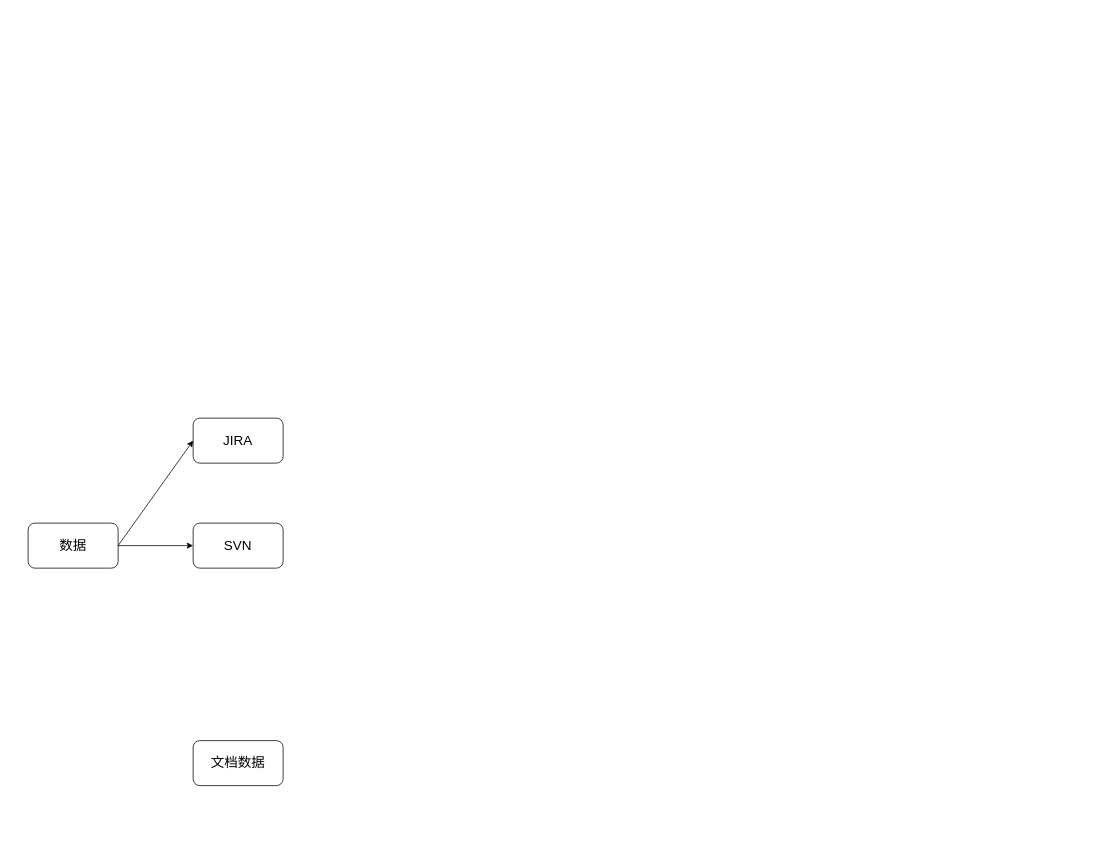
fydgmy/jubilant-potato keeps this draw.io diagram as page "第 7 页" (7 of 7) of 航电专利1.drawio. Above is the earlier version. Source tidied: cells renumbered, new cells numbered last; positions are measured from the earlier drawing's top-left corner, leaving out a move shared by most shapes. Both pictures are drawn from the tidied source at 75%, with x=0, y=0 at pixel (28, 418).
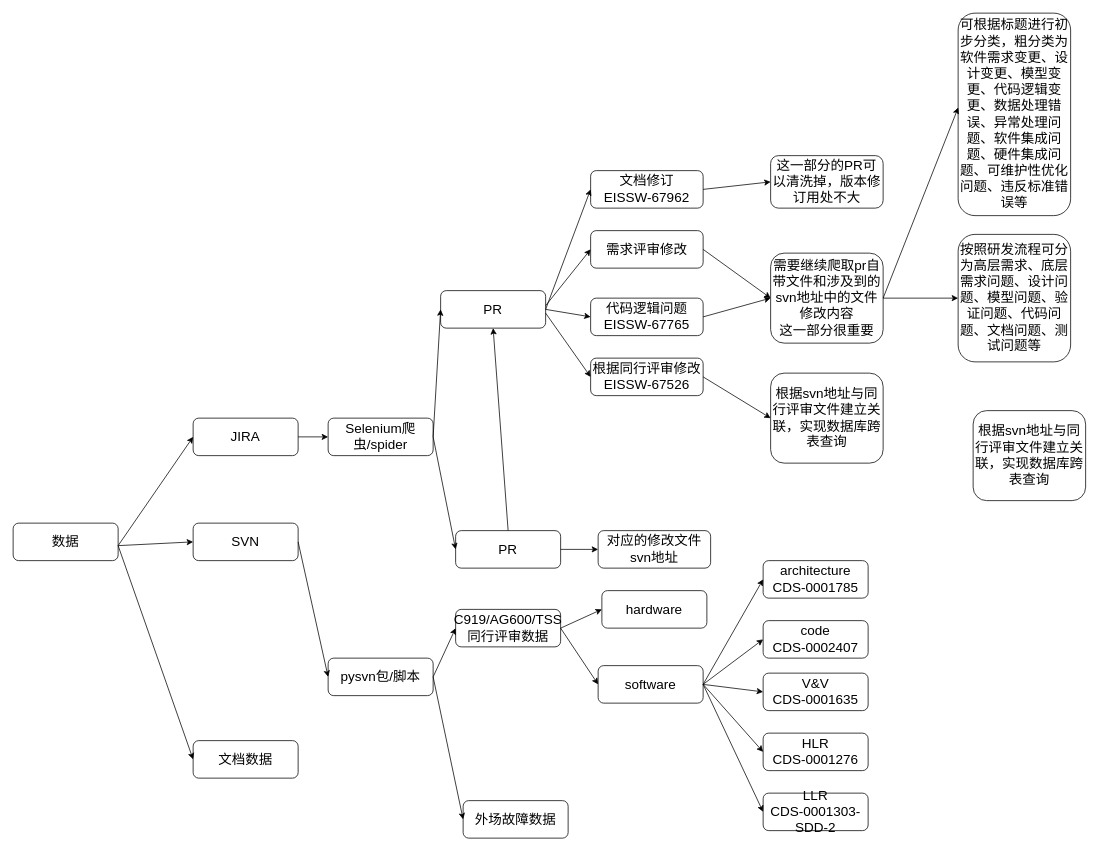
Above is the later version.

Commit message (it also covers changes not shown here):
更新航电专利1.drawio

What changed in the source:
```diff
@@
     <mxCell id="2" value="&lt;font style=&quot;font-size: 18px;&quot;&gt;数据&lt;/font&gt;" style="rounded=1;whiteSpace=wrap;html=1;" parent="1" vertex="1">
-      <mxGeometry y="140" width="120" height="60" as="geometry" />
+      <mxGeometry x="-20" y="140" width="140" height="50" as="geometry" />
     </mxCell>
     <mxCell id="3" value="&lt;font style=&quot;font-size: 18px;&quot;&gt;JIRA&lt;/font&gt;" style="rounded=1;whiteSpace=wrap;html=1;" parent="1" vertex="1">
-      <mxGeometry x="220" width="120" height="60" as="geometry" />
+      <mxGeometry x="220" width="140" height="50" as="geometry" />
     </mxCell>
     <mxCell id="4" value="&lt;font style=&quot;font-size: 18px;&quot;&gt;SVN&lt;/font&gt;" style="rounded=1;whiteSpace=wrap;html=1;" parent="1" vertex="1">
-      <mxGeometry x="220" y="140" width="120" height="60" as="geometry" />
+      <mxGeometry x="220" y="140" width="140" height="50" as="geometry" />
     </mxCell>
     <mxCell id="5" value="&lt;font style=&quot;font-size: 18px;&quot;&gt;文档数据&lt;/font&gt;" style="rounded=1;whiteSpace=wrap;html=1;" parent="1" vertex="1">
-      <mxGeometry x="220" y="430" width="120" height="60" as="geometry" />
+      <mxGeometry x="220" y="430" width="140" height="50" as="geometry" />
     </mxCell>
@@
+    <mxCell id="8" style="endArrow=classic;html=1;rounded=0;entryX=0;entryY=0.5;entryDx=0;entryDy=0;" parent="1" edge="1" target="5">
+      <mxGeometry relative="1" as="geometry">
+        <mxPoint x="120" y="170" as="sourcePoint" />
+      </mxGeometry>
+    </mxCell>
+    <mxCell id="9" value="&lt;font style=&quot;font-size: 18px;&quot;&gt;Selenium爬虫/spider&lt;/font&gt;" style="rounded=1;whiteSpace=wrap;html=1;" parent="1" vertex="1">
+      <mxGeometry x="400" width="140" height="50" as="geometry" />
+    </mxCell>
+    <mxCell id="10" style="endArrow=classic;html=1;rounded=0;exitX=1;exitY=0.5;exitDx=0;exitDy=0;entryX=0;entryY=0.5;entryDx=0;entryDy=0;" parent="1" edge="1" source="3" target="9">
+      <mxGeometry relative="1" as="geometry" />
+    </mxCell>
+    <mxCell id="11" value="&lt;font style=&quot;font-size: 18px;&quot;&gt;PR&lt;/font&gt;" style="rounded=1;whiteSpace=wrap;html=1;" parent="1" vertex="1">
+      <mxGeometry x="550" y="-170" width="140" height="50" as="geometry" />
+    </mxCell>
+    <mxCell id="12" value="&lt;font style=&quot;font-size: 18px;&quot;&gt;PR&lt;/font&gt;" style="rounded=1;whiteSpace=wrap;html=1;" parent="1" vertex="1">
+      <mxGeometry x="570" y="150" width="140" height="50" as="geometry" />
+    </mxCell>
+    <mxCell id="13" style="endArrow=classic;html=1;rounded=0;exitX=1;exitY=0.5;exitDx=0;exitDy=0;entryX=0;entryY=0.5;entryDx=0;entryDy=0;" parent="1" edge="1" source="9" target="11">
+      <mxGeometry relative="1" as="geometry" />
+    </mxCell>
+    <mxCell id="14" style="endArrow=classic;html=1;rounded=0;exitX=1;exitY=0.5;exitDx=0;exitDy=0;entryX=0;entryY=0.5;entryDx=0;entryDy=0;" parent="1" edge="1" source="9" target="12">
+      <mxGeometry relative="1" as="geometry" />
+    </mxCell>
+    <mxCell id="15" style="endArrow=classic;html=1;rounded=0;exitX=0.5;exitY=0;exitDx=0;exitDy=0;entryX=0.5;entryY=1;entryDx=0;entryDy=0;" parent="1" edge="1" source="12" target="11">
+      <mxGeometry relative="1" as="geometry" />
+    </mxCell>
+    <mxCell id="16" value="&lt;font style=&quot;font-size: 18px;&quot;&gt;文档修订&lt;br&gt;EISSW-67962&lt;/font&gt;" style="rounded=1;whiteSpace=wrap;html=1;" parent="1" vertex="1">
+      <mxGeometry x="750" y="-330" width="150" height="50" as="geometry" />
+    </mxCell>
+    <mxCell id="17" value="&lt;span style=&quot;font-size: 18px;&quot;&gt;需求评审修改&lt;/span&gt;" style="rounded=1;whiteSpace=wrap;html=1;" parent="1" vertex="1">
+      <mxGeometry x="750" y="-250" width="150" height="50" as="geometry" />
+    </mxCell>
+    <mxCell id="18" value="&lt;div style=&quot;--tw-border-spacing-x: 0; --tw-border-spacing-y: 0; --tw-translate-x: 0; --tw-translate-y: 0; --tw-rotate: 0; --tw-skew-x: 0; --tw-skew-y: 0; --tw-scale-x: 1; --tw-scale-y: 1; --tw-pan-x: ; --tw-pan-y: ; --tw-pinch-zoom: ; --tw-scroll-snap-strictness: proximity; --tw-ordinal: ; --tw-slashed-zero: ; --tw-numeric-figure: ; --tw-numeric-spacing: ; --tw-numeric-fraction: ; --tw-ring-inset: ; --tw-ring-offset-width: 0px; --tw-ring-offset-color: #fff; --tw-ring-color: rgb(59 130 246 / .5); --tw-ring-offset-shadow: 0 0 #0000; --tw-ring-shadow: 0 0 #0000; --tw-shadow: 0 0 #0000; --tw-shadow-colored: 0 0 #0000; --tw-blur: ; --tw-brightness: ; --tw-contrast: ; --tw-grayscale: ; --tw-hue-rotate: ; --tw-invert: ; --tw-saturate: ; --tw-sepia: ; --tw-drop-shadow: ; --tw-backdrop-blur: ; --tw-backdrop-brightness: ; --tw-backdrop-contrast: ; --tw-backdrop-grayscale: ; --tw-backdrop-hue-rotate: ; --tw-backdrop-invert: ; --tw-backdrop-opacity: ; --tw-backdrop-saturate: ; --tw-backdrop-sepia: ;&quot;&gt;&lt;span style=&quot;--tw-border-spacing-x: 0; --tw-border-spacing-y: 0; --tw-translate-x: 0; --tw-translate-y: 0; --tw-rotate: 0; --tw-skew-x: 0; --tw-skew-y: 0; --tw-scale-x: 1; --tw-scale-y: 1; --tw-pan-x: ; --tw-pan-y: ; --tw-pinch-zoom: ; --tw-scroll-snap-strictness: proximity; --tw-ordinal: ; --tw-slashed-zero: ; --tw-numeric-figure: ; --tw-numeric-spacing: ; --tw-numeric-fraction: ; --tw-ring-inset: ; --tw-ring-offset-width: 0px; --tw-ring-offset-color: #fff; --tw-ring-color: rgb(59 130 246 / .5); --tw-ring-offset-shadow: 0 0 #0000; --tw-ring-shadow: 0 0 #0000; --tw-shadow: 0 0 #0000; --tw-shadow-colored: 0 0 #0000; --tw-blur: ; --tw-brightness: ; --tw-contrast: ; --tw-grayscale: ; --tw-hue-rotate: ; --tw-invert: ; --tw-saturate: ; --tw-sepia: ; --tw-drop-shadow: ; --tw-backdrop-blur: ; --tw-backdrop-brightness: ; --tw-backdrop-contrast: ; --tw-backdrop-grayscale: ; --tw-backdrop-hue-rotate: ; --tw-backdrop-invert: ; --tw-backdrop-opacity: ; --tw-backdrop-saturate: ; --tw-backdrop-sepia: ; font-size: 18px;&quot;&gt;代码逻辑问题&lt;/span&gt;&lt;/div&gt;&lt;div style=&quot;--tw-border-spacing-x: 0; --tw-border-spacing-y: 0; --tw-translate-x: 0; --tw-translate-y: 0; --tw-rotate: 0; --tw-skew-x: 0; --tw-skew-y: 0; --tw-scale-x: 1; --tw-scale-y: 1; --tw-pan-x: ; --tw-pan-y: ; --tw-pinch-zoom: ; --tw-scroll-snap-strictness: proximity; --tw-ordinal: ; --tw-slashed-zero: ; --tw-numeric-figure: ; --tw-numeric-spacing: ; --tw-numeric-fraction: ; --tw-ring-inset: ; --tw-ring-offset-width: 0px; --tw-ring-offset-color: #fff; --tw-ring-color: rgb(59 130 246 / .5); --tw-ring-offset-shadow: 0 0 #0000; --tw-ring-shadow: 0 0 #0000; --tw-shadow: 0 0 #0000; --tw-shadow-colored: 0 0 #0000; --tw-blur: ; --tw-brightness: ; --tw-contrast: ; --tw-grayscale: ; --tw-hue-rotate: ; --tw-invert: ; --tw-saturate: ; --tw-sepia: ; --tw-drop-shadow: ; --tw-backdrop-blur: ; --tw-backdrop-brightness: ; --tw-backdrop-contrast: ; --tw-backdrop-grayscale: ; --tw-backdrop-hue-rotate: ; --tw-backdrop-invert: ; --tw-backdrop-opacity: ; --tw-backdrop-saturate: ; --tw-backdrop-sepia: ;&quot;&gt;&lt;span style=&quot;--tw-border-spacing-x: 0; --tw-border-spacing-y: 0; --tw-translate-x: 0; --tw-translate-y: 0; --tw-rotate: 0; --tw-skew-x: 0; --tw-skew-y: 0; --tw-scale-x: 1; --tw-scale-y: 1; --tw-pan-x: ; --tw-pan-y: ; --tw-pinch-zoom: ; --tw-scroll-snap-strictness: proximity; --tw-ordinal: ; --tw-slashed-zero: ; --tw-numeric-figure: ; --tw-numeric-spacing: ; --tw-numeric-fraction: ; --tw-ring-inset: ; --tw-ring-offset-width: 0px; --tw-ring-offset-color: #fff; --tw-ring-color: rgb(59 130 246 / .5); --tw-ring-offset-shadow: 0 0 #0000; --tw-ring-shadow: 0 0 #0000; --tw-shadow: 0 0 #0000; --tw-shadow-colored: 0 0 #0000; --tw-blur: ; --tw-brightness: ; --tw-contrast: ; --tw-grayscale: ; --tw-hue-rotate: ; --tw-invert: ; --tw-saturate: ; --tw-sepia: ; --tw-drop-shadow: ; --tw-backdrop-blur: ; --tw-backdrop-brightness: ; --tw-backdrop-contrast: ; --tw-backdrop-grayscale: ; --tw-backdrop-hue-rotate: ; --tw-backdrop-invert: ; --tw-backdrop-opacity: ; --tw-backdrop-saturate: ; --tw-backdrop-sepia: ; font-size: 18px;&quot;&gt;EISSW-67765&lt;/span&gt;&lt;/div&gt;" style="rounded=1;whiteSpace=wrap;html=1;" parent="1" vertex="1">
+      <mxGeometry x="750" y="-160" width="150" height="50" as="geometry" />
+    </mxCell>
+    <mxCell id="19" value="&lt;span style=&quot;font-size: 18px;&quot;&gt;对应的修改文件svn地址&lt;/span&gt;" style="rounded=1;whiteSpace=wrap;html=1;" parent="1" vertex="1">
+      <mxGeometry x="760" y="150" width="150" height="50" as="geometry" />
+    </mxCell>
+    <mxCell id="20" value="&lt;div&gt;&lt;span style=&quot;font-size: 18px;&quot;&gt;根据同行评审修改&lt;/span&gt;&lt;/div&gt;&lt;div&gt;&lt;span style=&quot;font-size: 18px;&quot;&gt;EISSW-67526&lt;/span&gt;&lt;/div&gt;" style="rounded=1;whiteSpace=wrap;html=1;" parent="1" vertex="1">
+      <mxGeometry x="750" y="-80" width="150" height="50" as="geometry" />
+    </mxCell>
+    <mxCell id="21" style="endArrow=classic;html=1;rounded=0;entryX=0;entryY=0.5;entryDx=0;entryDy=0;exitX=1;exitY=0.5;exitDx=0;exitDy=0;" parent="1" edge="1" source="11" target="16">
+      <mxGeometry relative="1" as="geometry" />
+    </mxCell>
+    <mxCell id="22" style="endArrow=classic;html=1;rounded=0;entryX=0;entryY=0.5;entryDx=0;entryDy=0;" parent="1" edge="1" target="17">
+      <mxGeometry relative="1" as="geometry">
+        <mxPoint x="690" y="-150" as="sourcePoint" />
+      </mxGeometry>
+    </mxCell>
+    <mxCell id="23" style="endArrow=classic;html=1;rounded=0;exitX=1;exitY=0.5;exitDx=0;exitDy=0;entryX=0;entryY=0.5;entryDx=0;entryDy=0;" parent="1" edge="1" source="11" target="18">
+      <mxGeometry relative="1" as="geometry" />
+    </mxCell>
+    <mxCell id="24" style="endArrow=classic;html=1;rounded=0;entryX=0;entryY=0.5;entryDx=0;entryDy=0;" parent="1" edge="1" target="20">
+      <mxGeometry relative="1" as="geometry">
+        <mxPoint x="690" y="-140" as="sourcePoint" />
+      </mxGeometry>
+    </mxCell>
+    <mxCell id="25" value="&lt;span style=&quot;font-size: 18px;&quot;&gt;这一部分的PR可以清洗掉，版本修订用处不大&lt;/span&gt;" style="rounded=1;whiteSpace=wrap;html=1;" parent="1" vertex="1">
+      <mxGeometry x="990" y="-350" width="150" height="70" as="geometry" />
+    </mxCell>
+    <mxCell id="26" value="&lt;div&gt;&lt;span style=&quot;font-size: 18px;&quot;&gt;需要继续爬取pr自带文件和涉及到的svn地址中的文件修改内容&lt;/span&gt;&lt;/div&gt;&lt;div&gt;&lt;span style=&quot;font-size: 18px;&quot;&gt;这一部分很重要&lt;/span&gt;&lt;/div&gt;" style="rounded=1;whiteSpace=wrap;html=1;" parent="1" vertex="1">
+      <mxGeometry x="990" y="-220" width="150" height="120" as="geometry" />
+    </mxCell>
+    <mxCell id="27" style="endArrow=classic;html=1;rounded=0;exitX=1;exitY=0.5;exitDx=0;exitDy=0;entryX=0;entryY=0.5;entryDx=0;entryDy=0;" parent="1" edge="1" source="16" target="25">
+      <mxGeometry relative="1" as="geometry" />
+    </mxCell>
+    <mxCell id="28" style="endArrow=classic;html=1;rounded=0;exitX=1;exitY=0.5;exitDx=0;exitDy=0;entryX=0;entryY=0.5;entryDx=0;entryDy=0;" parent="1" edge="1" source="17" target="26">
+      <mxGeometry relative="1" as="geometry" />
+    </mxCell>
+    <mxCell id="29" style="endArrow=classic;html=1;rounded=0;exitX=1;exitY=0.5;exitDx=0;exitDy=0;" parent="1" edge="1" source="18">
+      <mxGeometry relative="1" as="geometry">
+        <mxPoint x="990" y="-160" as="targetPoint" />
+      </mxGeometry>
+    </mxCell>
+    <mxCell id="30" value="&lt;span style=&quot;font-size: 18px;&quot;&gt;根据svn地址与同行评审文件建立关联，实现数据库跨表查询&lt;/span&gt;" style="rounded=1;whiteSpace=wrap;html=1;" parent="1" vertex="1">
+      <mxGeometry x="990" y="-60" width="150" height="120" as="geometry" />
+    </mxCell>
+    <mxCell id="31" style="endArrow=classic;html=1;rounded=0;exitX=1;exitY=0.5;exitDx=0;exitDy=0;entryX=0;entryY=0.5;entryDx=0;entryDy=0;" parent="1" edge="1" source="20" target="30">
+      <mxGeometry relative="1" as="geometry" />
+    </mxCell>
+    <mxCell id="32" style="endArrow=classic;html=1;rounded=0;exitX=1;exitY=0.5;exitDx=0;exitDy=0;entryX=0;entryY=0.5;entryDx=0;entryDy=0;" parent="1" edge="1" source="12" target="19">
+      <mxGeometry relative="1" as="geometry" />
+    </mxCell>
+    <mxCell id="33" value="&lt;span style=&quot;font-size: 18px;&quot;&gt;可根据标题进行初步分类，粗分类为软件需求变更、设计变更、模型变更、代码逻辑变更、数据处理错误、异常处理问题、软件集成问题、硬件集成问题、可维护性优化问题、违反标准错误等&lt;/span&gt;" style="rounded=1;whiteSpace=wrap;html=1;" parent="1" vertex="1">
+      <mxGeometry x="1240" y="-540" width="150" height="270" as="geometry" />
+    </mxCell>
+    <mxCell id="34" style="endArrow=classic;html=1;rounded=0;exitX=1;exitY=0.5;exitDx=0;exitDy=0;entryX=0.001;entryY=0.466;entryDx=0;entryDy=0;entryPerimeter=0;" parent="1" edge="1" source="26" target="33">
+      <mxGeometry relative="1" as="geometry" />
+    </mxCell>
+    <mxCell id="35" value="&lt;span style=&quot;font-size: 18px;&quot;&gt;按照研发流程可分为高层需求、底层需求问题、设计问题、模型问题、验证问题、代码问题、文档问题、测试问题等&lt;/span&gt;" style="rounded=1;whiteSpace=wrap;html=1;" parent="1" vertex="1">
+      <mxGeometry x="1240" y="-245" width="150" height="170" as="geometry" />
+    </mxCell>
+    <mxCell id="36" style="endArrow=classic;html=1;rounded=0;entryX=0;entryY=0.5;entryDx=0;entryDy=0;" parent="1" edge="1" target="35">
+      <mxGeometry relative="1" as="geometry">
+        <mxPoint x="1140" y="-160" as="sourcePoint" />
+      </mxGeometry>
+    </mxCell>
+    <mxCell id="37" value="&lt;span style=&quot;font-size: 18px;&quot;&gt;根据svn地址与同行评审文件建立关联，实现数据库跨表查询&lt;/span&gt;" style="rounded=1;whiteSpace=wrap;html=1;" parent="1" vertex="1">
+      <mxGeometry x="1260" y="-10" width="150" height="120" as="geometry" />
+    </mxCell>
+    <mxCell id="38" value="&lt;font style=&quot;font-size: 18px;&quot;&gt;pysvn包/脚本&lt;/font&gt;" style="rounded=1;whiteSpace=wrap;html=1;" parent="1" vertex="1">
+      <mxGeometry x="400" y="320" width="140" height="50" as="geometry" />
+    </mxCell>
+    <mxCell id="39" value="&lt;font style=&quot;font-size: 18px;&quot;&gt;C919/AG600/TSS同行评审数据&lt;/font&gt;" style="rounded=1;whiteSpace=wrap;html=1;" parent="1" vertex="1">
+      <mxGeometry x="570" y="255" width="140" height="50" as="geometry" />
+    </mxCell>
+    <mxCell id="40" value="&lt;font style=&quot;font-size: 18px;&quot;&gt;外场故障数据&lt;/font&gt;" style="rounded=1;whiteSpace=wrap;html=1;" parent="1" vertex="1">
+      <mxGeometry x="580" y="510" width="140" height="50" as="geometry" />
+    </mxCell>
+    <mxCell id="41" value="&lt;font style=&quot;font-size: 18px;&quot;&gt;hardware&lt;/font&gt;" style="rounded=1;whiteSpace=wrap;html=1;" parent="1" vertex="1">
+      <mxGeometry x="765" y="230" width="140" height="50" as="geometry" />
+    </mxCell>
+    <mxCell id="42" value="&lt;font style=&quot;font-size: 18px;&quot;&gt;software&lt;/font&gt;" style="rounded=1;whiteSpace=wrap;html=1;" parent="1" vertex="1">
+      <mxGeometry x="760" y="330" width="140" height="50" as="geometry" />
+    </mxCell>
+    <mxCell id="43" style="endArrow=classic;html=1;rounded=0;exitX=1;exitY=0.5;exitDx=0;exitDy=0;entryX=0;entryY=0.5;entryDx=0;entryDy=0;" parent="1" edge="1" source="39" target="41">
+      <mxGeometry relative="1" as="geometry" />
+    </mxCell>
+    <mxCell id="44" style="endArrow=classic;html=1;rounded=0;entryX=0;entryY=0.5;entryDx=0;entryDy=0;" parent="1" edge="1" target="42">
+      <mxGeometry relative="1" as="geometry">
+        <mxPoint x="710" y="280" as="sourcePoint" />
+      </mxGeometry>
+    </mxCell>
+    <mxCell id="45" value="&lt;div&gt;&lt;span style=&quot;font-size: 18px;&quot;&gt;architecture&lt;/span&gt;&lt;/div&gt;&lt;div&gt;&lt;span style=&quot;font-size: 18px;&quot;&gt;CDS-0001785&lt;/span&gt;&lt;/div&gt;" style="rounded=1;whiteSpace=wrap;html=1;" parent="1" vertex="1">
+      <mxGeometry x="980" y="190" width="140" height="50" as="geometry" />
+    </mxCell>
+    <mxCell id="46" value="&lt;div&gt;&lt;span style=&quot;font-size: 18px;&quot;&gt;code&lt;/span&gt;&lt;/div&gt;&lt;div&gt;&lt;span style=&quot;font-size: 18px;&quot;&gt;CDS-0002407&lt;/span&gt;&lt;/div&gt;" style="rounded=1;whiteSpace=wrap;html=1;" parent="1" vertex="1">
+      <mxGeometry x="980" y="270" width="140" height="50" as="geometry" />
+    </mxCell>
+    <mxCell id="47" value="&lt;div&gt;&lt;span style=&quot;font-size: 18px;&quot;&gt;V&amp;amp;V&lt;/span&gt;&lt;/div&gt;&lt;div&gt;&lt;span style=&quot;font-size: 18px;&quot;&gt;CDS-0001635&lt;/span&gt;&lt;/div&gt;" style="rounded=1;whiteSpace=wrap;html=1;" parent="1" vertex="1">
+      <mxGeometry x="980" y="340" width="140" height="50" as="geometry" />
+    </mxCell>
+    <mxCell id="48" value="&lt;div&gt;&lt;span style=&quot;font-size: 18px;&quot;&gt;HLR&lt;/span&gt;&lt;/div&gt;&lt;div&gt;&lt;span style=&quot;font-size: 18px;&quot;&gt;CDS-0001276&lt;/span&gt;&lt;/div&gt;" style="rounded=1;whiteSpace=wrap;html=1;" parent="1" vertex="1">
+      <mxGeometry x="980" y="420" width="140" height="50" as="geometry" />
+    </mxCell>
+    <mxCell id="49" value="&lt;div&gt;&lt;span style=&quot;font-size: 18px;&quot;&gt;LLR&lt;/span&gt;&lt;/div&gt;&lt;div&gt;&lt;span style=&quot;font-size: 18px;&quot;&gt;CDS-0001303-SDD-2&lt;/span&gt;&lt;/div&gt;" style="rounded=1;whiteSpace=wrap;html=1;" parent="1" vertex="1">
+      <mxGeometry x="980" y="500" width="140" height="50" as="geometry" />
+    </mxCell>
+    <mxCell id="50" style="endArrow=classic;html=1;rounded=0;entryX=0;entryY=0.5;entryDx=0;entryDy=0;exitX=1;exitY=0.5;exitDx=0;exitDy=0;" parent="1" edge="1" source="42" target="45">
+      <mxGeometry relative="1" as="geometry" />
+    </mxCell>
+    <mxCell id="51" style="endArrow=classic;html=1;rounded=0;exitX=1;exitY=0.5;exitDx=0;exitDy=0;entryX=0;entryY=0.5;entryDx=0;entryDy=0;" parent="1" edge="1" source="42" target="46">
+      <mxGeometry relative="1" as="geometry" />
+    </mxCell>
+    <mxCell id="52" style="endArrow=classic;html=1;rounded=0;entryX=0;entryY=0.5;entryDx=0;entryDy=0;exitX=1;exitY=0.5;exitDx=0;exitDy=0;" parent="1" edge="1" source="42" target="47">
+      <mxGeometry relative="1" as="geometry" />
+    </mxCell>
+    <mxCell id="53" style="endArrow=classic;html=1;rounded=0;entryX=0;entryY=0.5;entryDx=0;entryDy=0;exitX=1;exitY=0.5;exitDx=0;exitDy=0;" parent="1" edge="1" source="42" target="48">
+      <mxGeometry relative="1" as="geometry" />
+    </mxCell>
+    <mxCell id="54" style="endArrow=classic;html=1;rounded=0;entryX=0;entryY=0.5;entryDx=0;entryDy=0;exitX=1;exitY=0.5;exitDx=0;exitDy=0;" parent="1" edge="1" source="42" target="49">
+      <mxGeometry relative="1" as="geometry" />
+    </mxCell>
+    <mxCell id="55" style="endArrow=classic;html=1;rounded=0;entryX=0;entryY=0.5;entryDx=0;entryDy=0;exitX=1;exitY=0.5;exitDx=0;exitDy=0;" parent="1" edge="1" source="38" target="39">
+      <mxGeometry relative="1" as="geometry" />
+    </mxCell>
+    <mxCell id="56" style="endArrow=classic;html=1;rounded=0;exitX=1;exitY=0.5;exitDx=0;exitDy=0;entryX=0;entryY=0.5;entryDx=0;entryDy=0;" parent="1" edge="1" source="38" target="40">
+      <mxGeometry relative="1" as="geometry" />
+    </mxCell>
+    <mxCell id="57" style="endArrow=classic;html=1;rounded=0;exitX=1;exitY=0.5;exitDx=0;exitDy=0;entryX=0;entryY=0.5;entryDx=0;entryDy=0;" parent="1" edge="1" source="4" target="38">
+      <mxGeometry relative="1" as="geometry" />
+    </mxCell>
```
